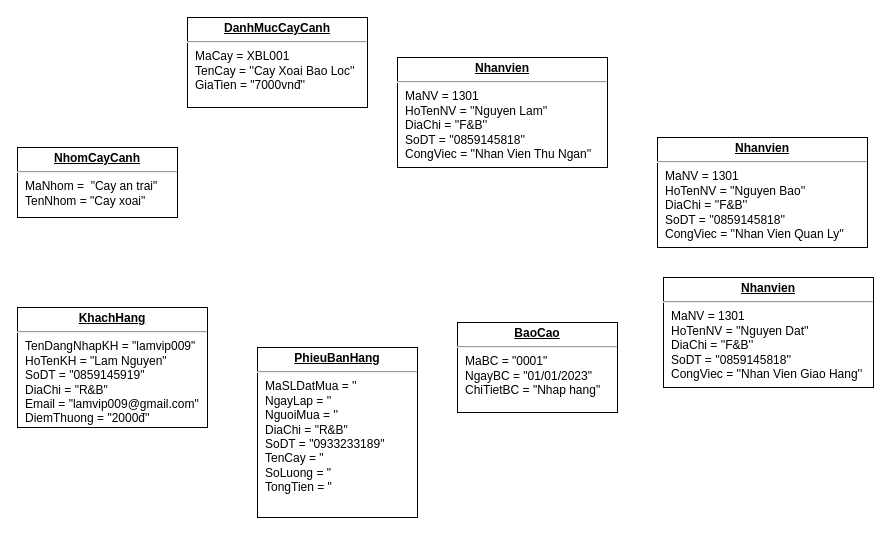
Above: Biểu đồ không có tiêu đề.drawio in Nai-Lam/H.Nai (draw.io), before the change. Source tidied: cells renumbered, new cells numbered last; positions are measured from the earlier drawing's top-left corner, leaving out a move shared by most shapes. Both pictures are drawn from the tidied source at 100%, with x=0, y=0 at pixel (17, 17).
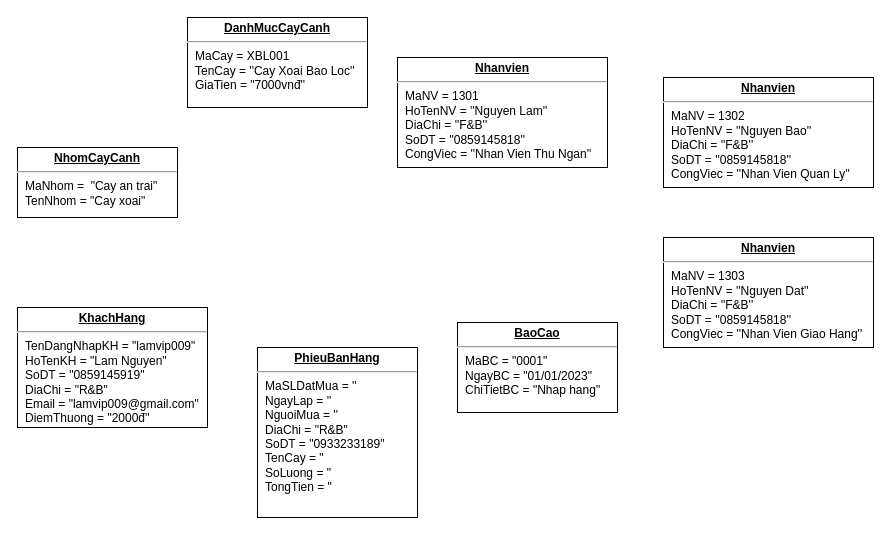
The same diagram, later.

Commit message (it also covers changes not shown here):
Cập nhật Biểu đồ không có tiêu đề.drawio

The edit, as a diff of the source:
```diff
@@
 <mxGraphModel>
   <root>
     <mxCell id="0" />
     <mxCell id="1" parent="0" />
     <mxCell id="2" value="&lt;p style=&quot;margin:0px;margin-top:4px;text-align:center;text-decoration:underline;&quot;&gt;&lt;b&gt;Nhanvien&lt;/b&gt;&lt;/p&gt;&lt;hr&gt;&lt;p style=&quot;margin:0px;margin-left:8px;&quot;&gt;MaNV = 1301&lt;br&gt;HoTenNV = ''Nguyen Lam''&lt;br&gt;DiaChi = ''F&amp;amp;B''&lt;/p&gt;&lt;p style=&quot;margin:0px;margin-left:8px;&quot;&gt;SoDT = ''0859145818''&lt;/p&gt;&lt;p style=&quot;margin:0px;margin-left:8px;&quot;&gt;CongViec = ''Nhan Vien Thu Ngan''&lt;/p&gt;&lt;p style=&quot;margin:0px;margin-left:8px;&quot;&gt;&lt;br&gt;&lt;/p&gt;" style="verticalAlign=top;align=left;overflow=fill;fontSize=12;fontFamily=Helvetica;html=1;whiteSpace=wrap;" parent="1" vertex="1">
       <mxGeometry x="380" y="40" width="210" height="110" as="geometry" />
     </mxCell>
     <mxCell id="3" value="&lt;p style=&quot;margin:0px;margin-top:4px;text-align:center;text-decoration:underline;&quot;&gt;&lt;b&gt;BaoCao&lt;/b&gt;&lt;/p&gt;&lt;hr&gt;&lt;p style=&quot;margin:0px;margin-left:8px;&quot;&gt;MaBC = &quot;0001&quot;&lt;br&gt;NgayBC = &quot;01/01/2023&quot;&lt;br&gt;ChiTietBC = &quot;Nhap hang&quot;&lt;/p&gt;" style="verticalAlign=top;align=left;overflow=fill;fontSize=12;fontFamily=Helvetica;html=1;whiteSpace=wrap;" parent="1" vertex="1">
       <mxGeometry x="440" y="305" width="160" height="90" as="geometry" />
     </mxCell>
     <mxCell id="4" value="&lt;p style=&quot;margin:0px;margin-top:4px;text-align:center;text-decoration:underline;&quot;&gt;&lt;b&gt;NhomCayCanh&lt;/b&gt;&lt;/p&gt;&lt;hr&gt;&lt;p style=&quot;margin:0px;margin-left:8px;&quot;&gt;MaNhom =&amp;nbsp; &quot;Cay an trai&quot;&lt;br&gt;TenNhom = &quot;Cay xoai&quot;&lt;br&gt;&lt;br&gt;&lt;/p&gt;" style="verticalAlign=top;align=left;overflow=fill;fontSize=12;fontFamily=Helvetica;html=1;whiteSpace=wrap;" parent="1" vertex="1">
       <mxGeometry y="130" width="160" height="70" as="geometry" />
     </mxCell>
     <mxCell id="5" value="&lt;p style=&quot;margin:0px;margin-top:4px;text-align:center;text-decoration:underline;&quot;&gt;&lt;b&gt;KhachHang&lt;/b&gt;&lt;/p&gt;&lt;hr&gt;&lt;p style=&quot;margin:0px;margin-left:8px;&quot;&gt;TenDangNhapKH = &quot;lamvip009&quot;&lt;br&gt;HoTenKH = &quot;Lam Nguyen&quot;&lt;br&gt;SoDT = &quot;0859145919&quot;&lt;/p&gt;&lt;p style=&quot;margin:0px;margin-left:8px;&quot;&gt;DiaChi = &quot;R&amp;amp;B&quot;&lt;/p&gt;&lt;p style=&quot;margin:0px;margin-left:8px;&quot;&gt;Email = &quot;lamvip009@gmail.com&quot;&lt;/p&gt;&lt;p style=&quot;margin:0px;margin-left:8px;&quot;&gt;DiemThuong = &quot;2000đ''&lt;/p&gt;" style="verticalAlign=top;align=left;overflow=fill;fontSize=12;fontFamily=Helvetica;html=1;whiteSpace=wrap;" parent="1" vertex="1">
       <mxGeometry y="290" width="190" height="120" as="geometry" />
     </mxCell>
     <mxCell id="6" value="&lt;p style=&quot;margin:0px;margin-top:4px;text-align:center;text-decoration:underline;&quot;&gt;&lt;b&gt;DanhMucCayCanh&lt;/b&gt;&lt;/p&gt;&lt;hr&gt;&lt;p style=&quot;margin:0px;margin-left:8px;&quot;&gt;MaCay = XBL001&lt;br&gt;TenCay = ''Cay Xoai Bao Loc''&lt;br&gt;GiaTien = &quot;7000vnđ''&lt;/p&gt;" style="verticalAlign=top;align=left;overflow=fill;fontSize=12;fontFamily=Helvetica;html=1;whiteSpace=wrap;" parent="1" vertex="1">
       <mxGeometry x="170" width="180" height="90" as="geometry" />
     </mxCell>
     <mxCell id="7" value="&lt;p style=&quot;margin:0px;margin-top:4px;text-align:center;text-decoration:underline;&quot;&gt;&lt;b&gt;PhieuBanHang&lt;/b&gt;&lt;/p&gt;&lt;hr&gt;&lt;p style=&quot;margin:0px;margin-left:8px;&quot;&gt;MaSLDatMua = ''&lt;br&gt;NgayLap = ''&lt;br&gt;NguoiMua = ''&lt;/p&gt;&lt;p style=&quot;margin:0px;margin-left:8px;&quot;&gt;DiaChi = &quot;R&amp;amp;B&quot;&lt;/p&gt;&lt;p style=&quot;margin:0px;margin-left:8px;&quot;&gt;SoDT = &quot;0933233189&quot;&lt;/p&gt;&lt;p style=&quot;margin:0px;margin-left:8px;&quot;&gt;TenCay = &quot;&lt;/p&gt;&lt;p style=&quot;margin:0px;margin-left:8px;&quot;&gt;SoLuong = &quot;&lt;/p&gt;&lt;p style=&quot;margin:0px;margin-left:8px;&quot;&gt;TongTien = &quot;&lt;/p&gt;" style="verticalAlign=top;align=left;overflow=fill;fontSize=12;fontFamily=Helvetica;html=1;whiteSpace=wrap;" parent="1" vertex="1">
       <mxGeometry x="240" y="330" width="160" height="170" as="geometry" />
     </mxCell>
-    <mxCell id="8" value="&lt;p style=&quot;margin:0px;margin-top:4px;text-align:center;text-decoration:underline;&quot;&gt;&lt;b&gt;Nhanvien&lt;/b&gt;&lt;/p&gt;&lt;hr&gt;&lt;p style=&quot;margin:0px;margin-left:8px;&quot;&gt;MaNV = 1301&lt;br&gt;HoTenNV = ''Nguyen Dat''&lt;br&gt;DiaChi = ''F&amp;amp;B''&lt;/p&gt;&lt;p style=&quot;margin:0px;margin-left:8px;&quot;&gt;SoDT = ''0859145818''&lt;/p&gt;&lt;p style=&quot;margin:0px;margin-left:8px;&quot;&gt;CongViec = ''Nhan Vien Giao Hang''&lt;/p&gt;&lt;p style=&quot;margin:0px;margin-left:8px;&quot;&gt;&lt;br&gt;&lt;/p&gt;" style="verticalAlign=top;align=left;overflow=fill;fontSize=12;fontFamily=Helvetica;html=1;whiteSpace=wrap;" parent="1" vertex="1">
-      <mxGeometry x="646" y="260" width="210" height="110" as="geometry" />
+    <mxCell id="8" value="&lt;p style=&quot;margin:0px;margin-top:4px;text-align:center;text-decoration:underline;&quot;&gt;&lt;b&gt;Nhanvien&lt;/b&gt;&lt;/p&gt;&lt;hr&gt;&lt;p style=&quot;margin:0px;margin-left:8px;&quot;&gt;MaNV = 1303&lt;br&gt;HoTenNV = ''Nguyen Dat''&lt;br&gt;DiaChi = ''F&amp;amp;B''&lt;/p&gt;&lt;p style=&quot;margin:0px;margin-left:8px;&quot;&gt;SoDT = ''0859145818''&lt;/p&gt;&lt;p style=&quot;margin:0px;margin-left:8px;&quot;&gt;CongViec = ''Nhan Vien Giao Hang''&lt;/p&gt;&lt;p style=&quot;margin:0px;margin-left:8px;&quot;&gt;&lt;br&gt;&lt;/p&gt;" style="verticalAlign=top;align=left;overflow=fill;fontSize=12;fontFamily=Helvetica;html=1;whiteSpace=wrap;" parent="1" vertex="1">
+      <mxGeometry x="646" y="220" width="210" height="110" as="geometry" />
     </mxCell>
-    <mxCell id="9" value="&lt;p style=&quot;margin:0px;margin-top:4px;text-align:center;text-decoration:underline;&quot;&gt;&lt;b&gt;Nhanvien&lt;/b&gt;&lt;/p&gt;&lt;hr&gt;&lt;p style=&quot;margin:0px;margin-left:8px;&quot;&gt;MaNV = 1301&lt;br&gt;HoTenNV = ''Nguyen Bao''&lt;br&gt;DiaChi = ''F&amp;amp;B''&lt;/p&gt;&lt;p style=&quot;margin:0px;margin-left:8px;&quot;&gt;SoDT = ''0859145818''&lt;/p&gt;&lt;p style=&quot;margin:0px;margin-left:8px;&quot;&gt;CongViec = ''Nhan Vien Quan Ly''&lt;/p&gt;&lt;p style=&quot;margin:0px;margin-left:8px;&quot;&gt;&lt;br&gt;&lt;/p&gt;" style="verticalAlign=top;align=left;overflow=fill;fontSize=12;fontFamily=Helvetica;html=1;whiteSpace=wrap;" parent="1" vertex="1">
-      <mxGeometry x="640" y="120" width="210" height="110" as="geometry" />
+    <mxCell id="9" value="&lt;p style=&quot;margin:0px;margin-top:4px;text-align:center;text-decoration:underline;&quot;&gt;&lt;b&gt;Nhanvien&lt;/b&gt;&lt;/p&gt;&lt;hr&gt;&lt;p style=&quot;margin:0px;margin-left:8px;&quot;&gt;MaNV = 1302&lt;br&gt;HoTenNV = ''Nguyen Bao''&lt;br&gt;DiaChi = ''F&amp;amp;B''&lt;/p&gt;&lt;p style=&quot;margin:0px;margin-left:8px;&quot;&gt;SoDT = ''0859145818''&lt;/p&gt;&lt;p style=&quot;margin:0px;margin-left:8px;&quot;&gt;CongViec = ''Nhan Vien Quan Ly''&lt;/p&gt;&lt;p style=&quot;margin:0px;margin-left:8px;&quot;&gt;&lt;br&gt;&lt;/p&gt;" style="verticalAlign=top;align=left;overflow=fill;fontSize=12;fontFamily=Helvetica;html=1;whiteSpace=wrap;" parent="1" vertex="1">
+      <mxGeometry x="646" y="60" width="210" height="110" as="geometry" />
     </mxCell>
   </root>
 </mxGraphModel>
```
